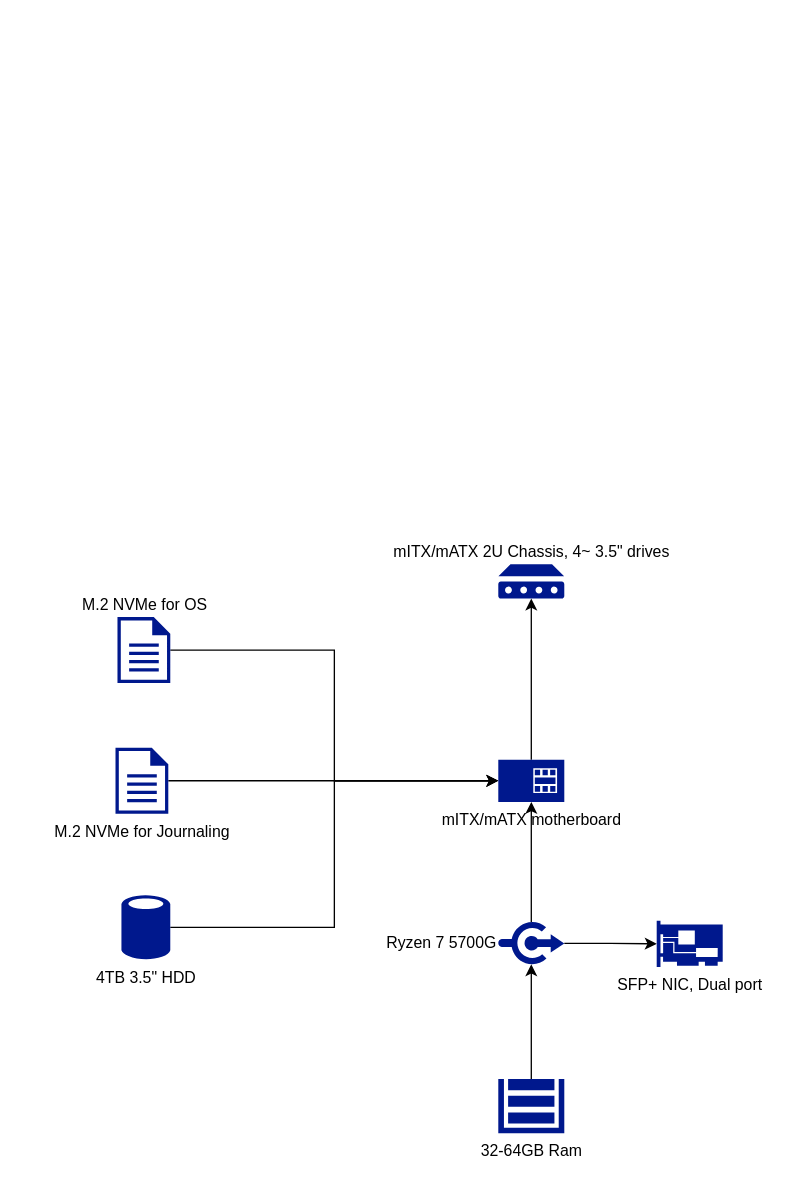
Above: page "Ceph-1" (4 of 7) of Homelab Diagram.drawio in JPLamb193/Homelab (draw.io), before the change. Source tidied: cells renumbered, new cells numbered last; positions are measured from the earlier drawing's top-left corner, leaving out a move shared by most shapes. Both pictures are drawn from the tidied source at 132%, with x=0, y=0 at pixel (115, 564).
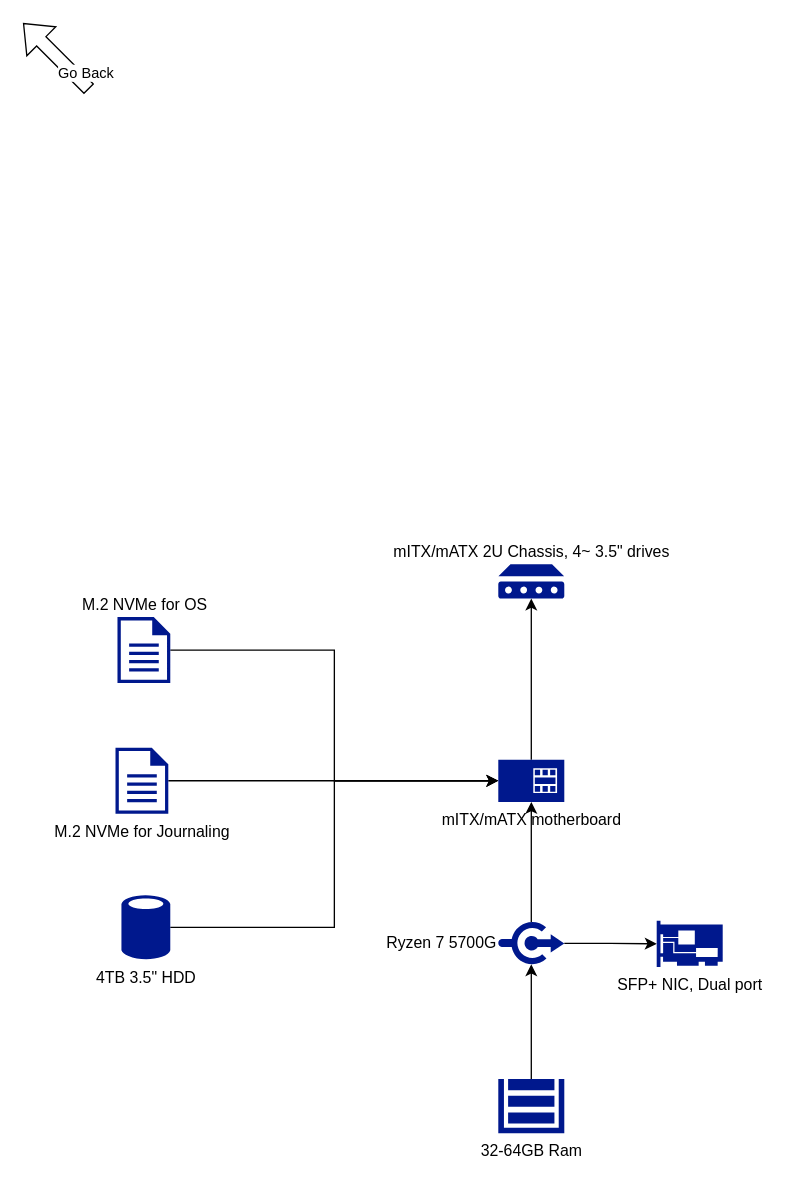
The same diagram, later.

Commit message (it also covers changes not shown here):
Added back buttons for navigation between pages

The edit, as a diff of the source:
```diff
@@
 <mxGraphModel>
   <root>
     <mxCell id="0" />
     <mxCell id="1" parent="0" />
     <mxCell id="2" value="SFP+ NIC, Dual port" style="sketch=0;shadow=0;dashed=0;html=1;strokeColor=none;labelPosition=center;verticalLabelPosition=bottom;verticalAlign=top;align=center;fillColor=#00188D;shape=mxgraph.mscae.enterprise.network_card;" parent="1" vertex="1">
       <mxGeometry x="410" y="270" width="50" height="35" as="geometry" />
     </mxCell>
     <mxCell id="3" value="mITX/mATX 2U Chassis, 4~ 3.5&quot; drives" style="sketch=0;shadow=0;dashed=0;html=1;strokeColor=none;labelPosition=center;verticalLabelPosition=top;verticalAlign=bottom;align=center;fillColor=#00188D;shape=mxgraph.mscae.enterprise.device;" parent="1" vertex="1">
       <mxGeometry x="290" width="50" height="26" as="geometry" />
     </mxCell>
     <mxCell id="4" style="edgeStyle=orthogonalEdgeStyle;rounded=0;jettySize=auto;html=1;exitX=1;exitY=0.505;exitDx=0;exitDy=0;exitPerimeter=0;" parent="1" edge="1" source="6" target="2">
       <mxGeometry relative="1" as="geometry" />
     </mxCell>
     <mxCell id="5" style="edgeStyle=orthogonalEdgeStyle;rounded=0;jettySize=auto;html=1;exitX=0.5;exitY=0.03;exitDx=0;exitDy=0;exitPerimeter=0;entryX=0.5;entryY=1;entryDx=0;entryDy=0;entryPerimeter=0;" parent="1" edge="1" source="6" target="16">
       <mxGeometry relative="1" as="geometry" />
     </mxCell>
     <mxCell id="6" value="Ryzen 7 5700G" style="sketch=0;shadow=0;dashed=0;html=1;strokeColor=none;labelPosition=left;verticalLabelPosition=middle;verticalAlign=middle;align=right;fillColor=#00188D;shape=mxgraph.mscae.enterprise.connectors;" parent="1" vertex="1">
       <mxGeometry x="290" y="270" width="50" height="34" as="geometry" />
     </mxCell>
     <mxCell id="7" style="edgeStyle=orthogonalEdgeStyle;rounded=0;jettySize=auto;html=1;exitX=1;exitY=0.5;exitDx=0;exitDy=0;exitPerimeter=0;entryX=0;entryY=0.5;entryDx=0;entryDy=0;entryPerimeter=0;" parent="1" edge="1" source="8" target="16">
       <mxGeometry relative="1" as="geometry" />
     </mxCell>
     <mxCell id="8" value="4TB 3.5&quot; HDD" style="sketch=0;shadow=0;dashed=0;html=1;strokeColor=none;labelPosition=center;verticalLabelPosition=bottom;verticalAlign=top;align=center;fillColor=#00188D;shape=mxgraph.mscae.enterprise.database_generic;" parent="1" vertex="1">
       <mxGeometry x="4.5" y="250" width="37" height="50" as="geometry" />
     </mxCell>
     <mxCell id="9" style="edgeStyle=orthogonalEdgeStyle;rounded=0;jettySize=auto;html=1;exitX=1;exitY=0.5;exitDx=0;exitDy=0;exitPerimeter=0;entryX=0;entryY=0.5;entryDx=0;entryDy=0;entryPerimeter=0;" parent="1" edge="1" source="10" target="16">
       <mxGeometry relative="1" as="geometry" />
     </mxCell>
     <mxCell id="10" value="M.2 NVMe for OS" style="sketch=0;shadow=0;dashed=0;html=1;strokeColor=none;labelPosition=center;verticalLabelPosition=top;verticalAlign=bottom;align=center;fillColor=#00188D;shape=mxgraph.mscae.enterprise.document;" parent="1" vertex="1">
       <mxGeometry x="1.5" y="40" width="40" height="50" as="geometry" />
     </mxCell>
     <mxCell id="11" style="edgeStyle=orthogonalEdgeStyle;rounded=0;jettySize=auto;html=1;exitX=1;exitY=0.5;exitDx=0;exitDy=0;exitPerimeter=0;entryX=0;entryY=0.5;entryDx=0;entryDy=0;entryPerimeter=0;" parent="1" edge="1" source="12" target="16">
       <mxGeometry relative="1" as="geometry" />
     </mxCell>
     <mxCell id="12" value="M.2 NVMe for Journaling" style="sketch=0;shadow=0;dashed=0;html=1;strokeColor=none;labelPosition=center;verticalLabelPosition=bottom;verticalAlign=top;align=center;fillColor=#00188D;shape=mxgraph.mscae.enterprise.document;" parent="1" vertex="1">
       <mxGeometry y="139" width="40" height="50" as="geometry" />
     </mxCell>
     <mxCell id="13" style="edgeStyle=orthogonalEdgeStyle;rounded=0;jettySize=auto;html=1;exitX=0.5;exitY=0;exitDx=0;exitDy=0;exitPerimeter=0;entryX=0.5;entryY=0.97;entryDx=0;entryDy=0;entryPerimeter=0;" parent="1" edge="1" source="14" target="6">
       <mxGeometry relative="1" as="geometry" />
     </mxCell>
     <mxCell id="14" value="32-64GB Ram" style="sketch=0;shadow=0;dashed=0;html=1;strokeColor=none;labelPosition=center;verticalLabelPosition=bottom;verticalAlign=top;align=center;fillColor=#00188D;shape=mxgraph.mscae.enterprise.storage;" parent="1" vertex="1">
       <mxGeometry x="290" y="390" width="50" height="41" as="geometry" />
     </mxCell>
     <mxCell id="15" style="edgeStyle=orthogonalEdgeStyle;rounded=0;jettySize=auto;html=1;exitX=0.5;exitY=0;exitDx=0;exitDy=0;exitPerimeter=0;entryX=0.5;entryY=1;entryDx=0;entryDy=0;entryPerimeter=0;" parent="1" edge="1" source="16" target="3">
       <mxGeometry relative="1" as="geometry" />
     </mxCell>
     <mxCell id="16" value="mITX/mATX motherboard" style="sketch=0;shadow=0;dashed=0;html=1;strokeColor=none;labelPosition=center;verticalLabelPosition=bottom;verticalAlign=top;align=center;fillColor=#00188D;shape=mxgraph.mscae.enterprise.smartcard;" parent="1" vertex="1">
       <mxGeometry x="290" y="148" width="50" height="32" as="geometry" />
     </mxCell>
+    <mxCell id="17" value="Go Back" style="shape=flexArrow;endArrow=classic;html=1;rounded=0;labelPosition=right;verticalLabelPosition=bottom;align=left;verticalAlign=top;" parent="1" edge="1">
+      <mxGeometry relative="1" as="geometry">
+        <mxPoint x="-20" y="-360" as="sourcePoint" />
+        <mxPoint x="-70" y="-410" as="targetPoint" />
+      </mxGeometry>
+    </mxCell>
   </root>
 </mxGraphModel>
```
